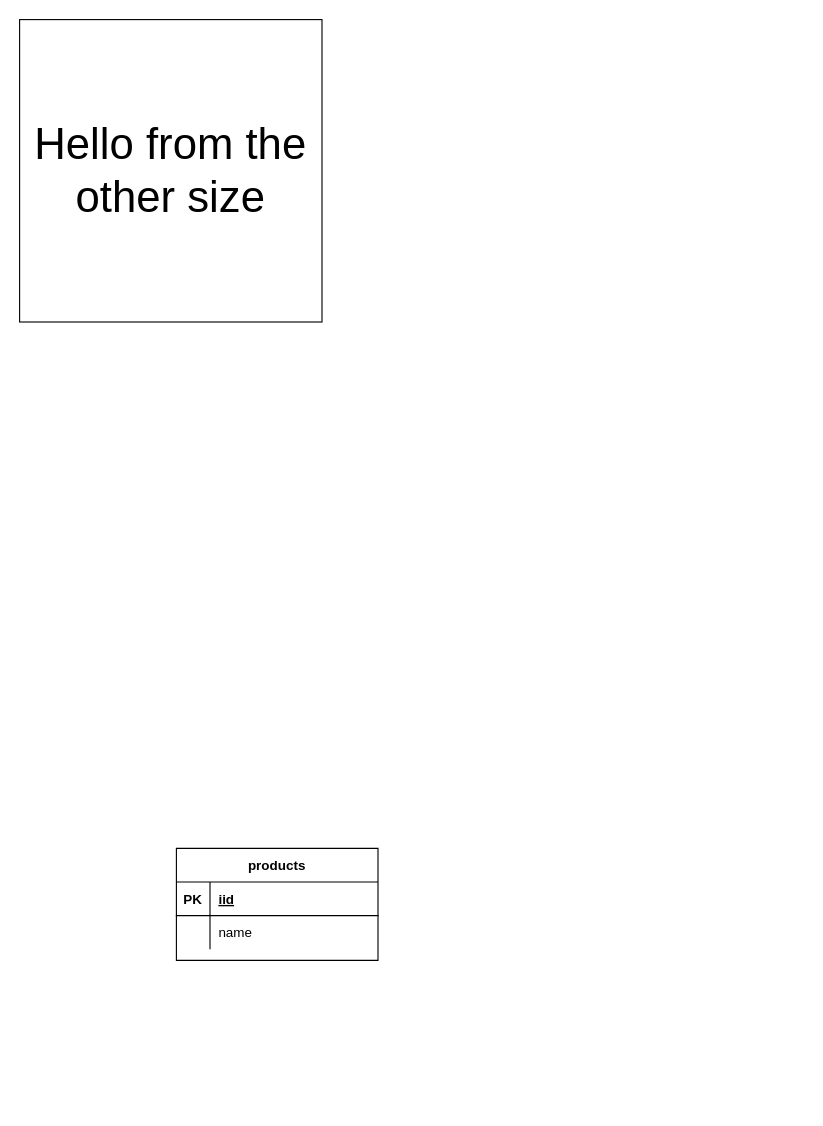
Earlier version of the draw.io diagram Untitled Diagram.drawio (prangk/cat). Source tidied: cells renumbered, new cells numbered last; positions are measured from the earlier drawing's top-left corner, leaving out a move shared by most shapes. Both pictures are drawn from the tidied source at 112%, with x=0, y=0 at pixel (19, 19).
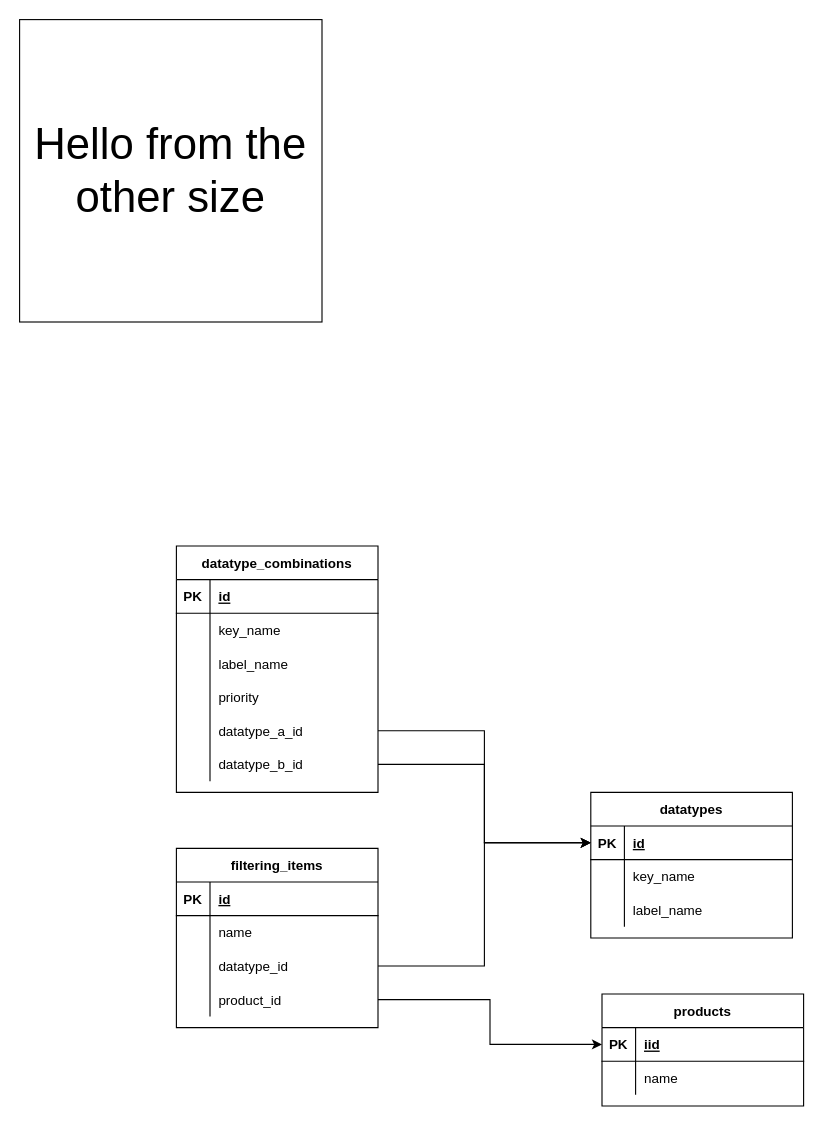
The same page after the edit.

Unchanged cells that the change refers to:
```xml
<mxCell id="4" style="shape=partialRectangle;fillColor=none;top=0;left=0;bottom=1;right=0;points=[[0,0.5],[1,0.5]];portConstraint=eastwest;" parent="3" vertex="1">
  <mxGeometry y="30" width="180" height="30" as="geometry" />
</mxCell>
```

What changed in the source:
```diff
@@
     <mxCell id="3" value="products" style="shape=table;startSize=30;childLayout=tableLayout;rowLines=0;fontStyle=1;align=center;" parent="1" vertex="1">
-      <mxGeometry x="140" y="740" width="180" height="100" as="geometry" />
+      <mxGeometry x="520" y="870" width="180" height="100" as="geometry" />
     </mxCell>
@@
+    <mxCell id="10" value="datatypes" style="shape=table;startSize=30;childLayout=tableLayout;rowLines=0;fontStyle=1;align=center;" parent="1" vertex="1">
+      <mxGeometry x="510" y="690" width="180" height="130" as="geometry" />
+    </mxCell>
+    <mxCell id="11" style="shape=partialRectangle;fillColor=none;top=0;left=0;bottom=1;right=0;points=[[0,0.5],[1,0.5]];portConstraint=eastwest;" parent="10" vertex="1">
+      <mxGeometry y="30" width="180" height="30" as="geometry" />
+    </mxCell>
+    <mxCell id="12" value="PK" style="shape=partialRectangle;fillColor=none;top=0;left=0;bottom=0;right=0;fontStyle=1;overflow=hidden;" parent="11" vertex="1">
+      <mxGeometry width="30" height="30" as="geometry" />
+    </mxCell>
+    <mxCell id="13" value="id" style="shape=partialRectangle;fillColor=none;top=0;left=0;bottom=0;right=0;align=left;spacingLeft=6;fontStyle=5;overflow=hidden;" parent="11" vertex="1">
+      <mxGeometry x="30" width="150" height="30" as="geometry" />
+    </mxCell>
+    <mxCell id="14" style="shape=partialRectangle;fillColor=none;top=0;left=0;bottom=0;right=0;" parent="10" vertex="1">
+      <mxGeometry y="60" width="180" height="30" as="geometry" />
+    </mxCell>
+    <mxCell id="15" style="shape=partialRectangle;fillColor=none;top=0;left=0;bottom=0;right=0;overflow=hidden;" parent="14" vertex="1">
+      <mxGeometry width="30" height="30" as="geometry" />
+    </mxCell>
+    <mxCell id="16" value="key_name" style="shape=partialRectangle;fillColor=none;top=0;left=0;bottom=0;right=0;align=left;spacingLeft=6;overflow=hidden;" parent="14" vertex="1">
+      <mxGeometry x="30" width="150" height="30" as="geometry" />
+    </mxCell>
+    <mxCell id="17" style="shape=partialRectangle;fillColor=none;top=0;left=0;bottom=0;right=0;" parent="10" vertex="1">
+      <mxGeometry y="90" width="180" height="30" as="geometry" />
+    </mxCell>
+    <mxCell id="18" style="shape=partialRectangle;fillColor=none;top=0;left=0;bottom=0;right=0;overflow=hidden;" parent="17" vertex="1">
+      <mxGeometry width="30" height="30" as="geometry" />
+    </mxCell>
+    <mxCell id="19" value="label_name" style="shape=partialRectangle;fillColor=none;top=0;left=0;bottom=0;right=0;align=left;spacingLeft=6;overflow=hidden;" parent="17" vertex="1">
+      <mxGeometry x="30" width="150" height="30" as="geometry" />
+    </mxCell>
+    <mxCell id="20" value="filtering_items" style="shape=table;startSize=30;childLayout=tableLayout;rowLines=0;fontStyle=1;align=center;" parent="1" vertex="1">
+      <mxGeometry x="140" y="740" width="180" height="160" as="geometry" />
+    </mxCell>
+    <mxCell id="21" style="shape=partialRectangle;fillColor=none;top=0;left=0;bottom=1;right=0;" parent="20" vertex="1">
+      <mxGeometry y="30" width="180" height="30" as="geometry" />
+    </mxCell>
+    <mxCell id="22" value="PK" style="shape=partialRectangle;fillColor=none;top=0;left=0;bottom=0;right=0;fontStyle=1;overflow=hidden;" parent="21" vertex="1">
+      <mxGeometry width="30" height="30" as="geometry" />
+    </mxCell>
+    <mxCell id="23" value="id" style="shape=partialRectangle;fillColor=none;top=0;left=0;bottom=0;right=0;align=left;spacingLeft=6;fontStyle=5;overflow=hidden;" parent="21" vertex="1">
+      <mxGeometry x="30" width="150" height="30" as="geometry" />
+    </mxCell>
+    <mxCell id="24" style="shape=partialRectangle;fillColor=none;top=0;left=0;bottom=0;right=0;" parent="20" vertex="1">
+      <mxGeometry y="60" width="180" height="30" as="geometry" />
+    </mxCell>
+    <mxCell id="25" style="shape=partialRectangle;fillColor=none;top=0;left=0;bottom=0;right=0;overflow=hidden;" parent="24" vertex="1">
+      <mxGeometry width="30" height="30" as="geometry" />
+    </mxCell>
+    <mxCell id="26" value="name" style="shape=partialRectangle;fillColor=none;top=0;left=0;bottom=0;right=0;align=left;spacingLeft=6;overflow=hidden;" parent="24" vertex="1">
+      <mxGeometry x="30" width="150" height="30" as="geometry" />
+    </mxCell>
+    <mxCell id="27" style="shape=partialRectangle;fillColor=none;top=0;left=0;bottom=0;right=0;points=[[0,0.5],[1,0.5]];portConstraint=eastwest;" parent="20" vertex="1">
+      <mxGeometry y="90" width="180" height="30" as="geometry" />
+    </mxCell>
+    <mxCell id="28" style="shape=partialRectangle;fillColor=none;top=0;left=0;bottom=0;right=0;overflow=hidden;" parent="27" vertex="1">
+      <mxGeometry width="30" height="30" as="geometry" />
+    </mxCell>
+    <mxCell id="29" value="datatype_id" style="shape=partialRectangle;fillColor=none;top=0;left=0;bottom=0;right=0;align=left;spacingLeft=6;overflow=hidden;" parent="27" vertex="1">
+      <mxGeometry x="30" width="150" height="30" as="geometry" />
+    </mxCell>
+    <mxCell id="30" style="shape=partialRectangle;fillColor=none;top=0;left=0;bottom=0;right=0;points=[[0,0.5],[1,0.5]];portConstraint=eastwest;" parent="20" vertex="1">
+      <mxGeometry y="120" width="180" height="30" as="geometry" />
+    </mxCell>
+    <mxCell id="31" style="shape=partialRectangle;fillColor=none;top=0;left=0;bottom=0;right=0;overflow=hidden;" parent="30" vertex="1">
+      <mxGeometry width="30" height="30" as="geometry" />
+    </mxCell>
+    <mxCell id="32" value="product_id" style="shape=partialRectangle;fillColor=none;top=0;left=0;bottom=0;right=0;align=left;spacingLeft=6;overflow=hidden;" parent="30" vertex="1">
+      <mxGeometry x="30" width="150" height="30" as="geometry" />
+    </mxCell>
+    <mxCell id="33" style="edgeStyle=orthogonalEdgeStyle;rounded=0;jettySize=auto;html=1;exitX=1;exitY=0.5;exitDx=0;exitDy=0;entryX=0;entryY=0.5;entryDx=0;entryDy=0;" parent="1" edge="1" source="30" target="4">
+      <mxGeometry relative="1" as="geometry" />
+    </mxCell>
+    <mxCell id="34" style="edgeStyle=orthogonalEdgeStyle;rounded=0;jettySize=auto;html=1;exitX=1;exitY=0.5;exitDx=0;exitDy=0;entryX=0;entryY=0.5;entryDx=0;entryDy=0;" parent="1" edge="1" source="27" target="11">
+      <mxGeometry relative="1" as="geometry" />
+    </mxCell>
+    <mxCell id="35" value="datatype_combinations" style="shape=table;startSize=30;childLayout=tableLayout;rowLines=0;fontStyle=1;align=center;" parent="1" vertex="1">
+      <mxGeometry x="140" y="470" width="180" height="220" as="geometry" />
+    </mxCell>
+    <mxCell id="36" style="shape=partialRectangle;fillColor=none;top=0;left=0;bottom=1;right=0;" parent="35" vertex="1">
+      <mxGeometry y="30" width="180" height="30" as="geometry" />
+    </mxCell>
+    <mxCell id="37" value="PK" style="shape=partialRectangle;fillColor=none;top=0;left=0;bottom=0;right=0;fontStyle=1;overflow=hidden;" parent="36" vertex="1">
+      <mxGeometry width="30" height="30" as="geometry" />
+    </mxCell>
+    <mxCell id="38" value="id" style="shape=partialRectangle;fillColor=none;top=0;left=0;bottom=0;right=0;align=left;spacingLeft=6;fontStyle=5;overflow=hidden;" parent="36" vertex="1">
+      <mxGeometry x="30" width="150" height="30" as="geometry" />
+    </mxCell>
+    <mxCell id="39" style="shape=partialRectangle;fillColor=none;top=0;left=0;bottom=0;right=0;" parent="35" vertex="1">
+      <mxGeometry y="60" width="180" height="30" as="geometry" />
+    </mxCell>
+    <mxCell id="40" style="shape=partialRectangle;fillColor=none;top=0;left=0;bottom=0;right=0;overflow=hidden;" parent="39" vertex="1">
+      <mxGeometry width="30" height="30" as="geometry" />
+    </mxCell>
+    <mxCell id="41" value="key_name" style="shape=partialRectangle;fillColor=none;top=0;left=0;bottom=0;right=0;align=left;spacingLeft=6;overflow=hidden;" parent="39" vertex="1">
+      <mxGeometry x="30" width="150" height="30" as="geometry" />
+    </mxCell>
+    <mxCell id="42" style="shape=partialRectangle;fillColor=none;top=0;left=0;bottom=0;right=0;" parent="35" vertex="1">
+      <mxGeometry y="90" width="180" height="30" as="geometry" />
+    </mxCell>
+    <mxCell id="43" style="shape=partialRectangle;fillColor=none;top=0;left=0;bottom=0;right=0;overflow=hidden;" parent="42" vertex="1">
+      <mxGeometry width="30" height="30" as="geometry" />
+    </mxCell>
+    <mxCell id="44" value="label_name" style="shape=partialRectangle;fillColor=none;top=0;left=0;bottom=0;right=0;align=left;spacingLeft=6;overflow=hidden;" parent="42" vertex="1">
+      <mxGeometry x="30" width="150" height="30" as="geometry" />
+    </mxCell>
+    <mxCell id="45" style="shape=partialRectangle;fillColor=none;top=0;left=0;bottom=0;right=0;" parent="35" vertex="1">
+      <mxGeometry y="120" width="180" height="30" as="geometry" />
+    </mxCell>
+    <mxCell id="46" style="shape=partialRectangle;fillColor=none;top=0;left=0;bottom=0;right=0;overflow=hidden;" parent="45" vertex="1">
+      <mxGeometry width="30" height="30" as="geometry" />
+    </mxCell>
+    <mxCell id="47" value="priority" style="shape=partialRectangle;fillColor=none;top=0;left=0;bottom=0;right=0;align=left;spacingLeft=6;overflow=hidden;" parent="45" vertex="1">
+      <mxGeometry x="30" width="150" height="30" as="geometry" />
+    </mxCell>
+    <mxCell id="48" style="shape=partialRectangle;fillColor=none;top=0;left=0;bottom=0;right=0;points=[[0,0.5],[1,0.5]];portConstraint=eastwest;" parent="35" vertex="1">
+      <mxGeometry y="150" width="180" height="30" as="geometry" />
+    </mxCell>
+    <mxCell id="49" style="shape=partialRectangle;fillColor=none;top=0;left=0;bottom=0;right=0;overflow=hidden;" parent="48" vertex="1">
+      <mxGeometry width="30" height="30" as="geometry" />
+    </mxCell>
+    <mxCell id="50" value="datatype_a_id" style="shape=partialRectangle;fillColor=none;top=0;left=0;bottom=0;right=0;align=left;spacingLeft=6;overflow=hidden;" parent="48" vertex="1">
+      <mxGeometry x="30" width="150" height="30" as="geometry" />
+    </mxCell>
+    <mxCell id="51" style="shape=partialRectangle;fillColor=none;top=0;left=0;bottom=0;right=0;points=[[0,0.5],[1,0.5]];portConstraint=eastwest;" parent="35" vertex="1">
+      <mxGeometry y="180" width="180" height="30" as="geometry" />
+    </mxCell>
+    <mxCell id="52" style="shape=partialRectangle;fillColor=none;top=0;left=0;bottom=0;right=0;overflow=hidden;" parent="51" vertex="1">
+      <mxGeometry width="30" height="30" as="geometry" />
+    </mxCell>
+    <mxCell id="53" value="datatype_b_id" style="shape=partialRectangle;fillColor=none;top=0;left=0;bottom=0;right=0;align=left;spacingLeft=6;overflow=hidden;" parent="51" vertex="1">
+      <mxGeometry x="30" width="150" height="30" as="geometry" />
+    </mxCell>
+    <mxCell id="54" style="edgeStyle=orthogonalEdgeStyle;rounded=0;jettySize=auto;html=1;entryX=0;entryY=0.5;entryDx=0;entryDy=0;" parent="1" edge="1" source="48" target="11">
+      <mxGeometry relative="1" as="geometry" />
+    </mxCell>
+    <mxCell id="55" style="edgeStyle=orthogonalEdgeStyle;rounded=0;jettySize=auto;html=1;entryX=0;entryY=0.5;entryDx=0;entryDy=0;" parent="1" edge="1" source="51" target="11">
+      <mxGeometry relative="1" as="geometry" />
+    </mxCell>
```
